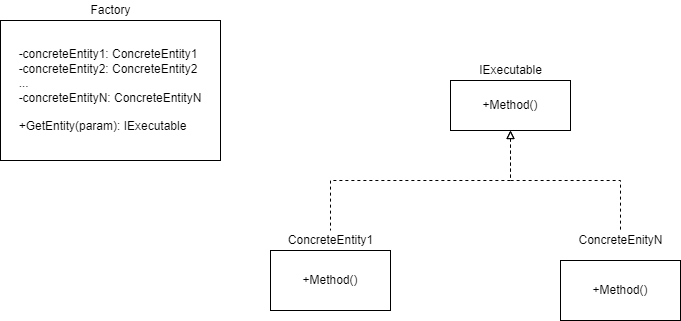
Earlier version of the draw.io export 13.Паттерны/UML/strategy.png (romankurn/Teaching). Source tidied: cells renumbered, new cells last; positions are measured from the earlier drawing's top-left corner, leaving out a move shared by most shapes. Source of this version:
```xml
<mxGraphModel>
  <root>
    <mxCell id="0" />
    <mxCell id="1" parent="0" />
    <mxCell id="2" style="edgeStyle=orthogonalEdgeStyle;rounded=0;jettySize=auto;html=1;exitX=0.5;exitY=1;exitDx=0;exitDy=0;dashed=1;endArrow=none;endFill=0;startArrow=block;startFill=0;" parent="1" edge="1" source="5" target="8">
      <mxGeometry relative="1" as="geometry" />
    </mxCell>
    <mxCell id="3" style="edgeStyle=orthogonalEdgeStyle;rounded=0;jettySize=auto;html=1;exitX=0.5;exitY=1;exitDx=0;exitDy=0;entryX=0.5;entryY=0;entryDx=0;entryDy=0;entryPerimeter=0;strokeColor=none;dashed=1;" parent="1" edge="1" source="5" target="10">
      <mxGeometry relative="1" as="geometry">
        <Array as="points">
          <mxPoint x="510" y="180" />
          <mxPoint x="620" y="180" />
        </Array>
      </mxGeometry>
    </mxCell>
    <mxCell id="4" style="edgeStyle=orthogonalEdgeStyle;rounded=0;jettySize=auto;html=1;exitX=0.5;exitY=1;exitDx=0;exitDy=0;dashed=1;startArrow=block;startFill=0;endArrow=none;endFill=0;" parent="1" edge="1" source="5" target="10">
      <mxGeometry relative="1" as="geometry" />
    </mxCell>
    <mxCell id="5" value="+Method()" style="rounded=0;whiteSpace=wrap;html=1;" parent="1" vertex="1">
      <mxGeometry x="450" y="80" width="120" height="50" as="geometry" />
    </mxCell>
    <mxCell id="6" value="IExecutable" style="text;html=1;align=center;verticalAlign=middle;fillColor=none;strokeColor=none;rounded=0;" parent="1" vertex="1">
      <mxGeometry x="470" y="60" width="80" height="20" as="geometry" />
    </mxCell>
    <mxCell id="7" value="+Method()" style="rounded=0;whiteSpace=wrap;html=1;" parent="1" vertex="1">
      <mxGeometry x="270" y="250" width="120" height="60" as="geometry" />
    </mxCell>
    <mxCell id="8" value="ConcreteEntity1" style="text;html=1;align=center;verticalAlign=middle;points=[];fillColor=none;strokeColor=none;rounded=0;" parent="1" vertex="1">
      <mxGeometry x="280" y="230" width="100" height="20" as="geometry" />
    </mxCell>
    <mxCell id="9" value="+Method()" style="rounded=0;whiteSpace=wrap;html=1;" parent="1" vertex="1">
      <mxGeometry x="560" y="260" width="120" height="60" as="geometry" />
    </mxCell>
    <mxCell id="10" value="ConcreteEnityN" style="text;html=1;align=center;verticalAlign=middle;points=[];fillColor=none;strokeColor=none;rounded=0;" parent="1" vertex="1">
      <mxGeometry x="570" y="230" width="100" height="20" as="geometry" />
    </mxCell>
    <mxCell id="11" value="&lt;div style=&quot;text-align: left&quot;&gt;&lt;span&gt;-concreteEntity1:&amp;nbsp;&lt;/span&gt;&lt;span&gt;ConcreteEntity1&lt;/span&gt;&lt;/div&gt;&lt;span&gt;&lt;div style=&quot;text-align: left&quot;&gt;&lt;/div&gt;&lt;/span&gt;&lt;span&gt;&lt;div style=&quot;text-align: left&quot;&gt;&lt;span&gt;-concreteEntity2: ConcreteEntity2&lt;/span&gt;&lt;/div&gt;&lt;div style=&quot;text-align: left&quot;&gt;...&lt;/div&gt;&lt;div style=&quot;text-align: left&quot;&gt;-concreteEntityN: ConcreteEntityN&lt;/div&gt;&lt;div style=&quot;text-align: left&quot;&gt;&lt;br&gt;&lt;/div&gt;&lt;div style=&quot;text-align: left&quot;&gt;+GetEntity(param): IExecutable&lt;/div&gt;&lt;/span&gt;" style="rounded=0;whiteSpace=wrap;html=1;" parent="1" vertex="1">
      <mxGeometry y="20" width="220" height="140" as="geometry" />
    </mxCell>
    <mxCell id="12" value="Factory" style="text;html=1;align=center;verticalAlign=middle;fillColor=none;strokeColor=none;rounded=0;" parent="1" vertex="1">
      <mxGeometry x="80" width="60" height="20" as="geometry" />
    </mxCell>
  </root>
</mxGraphModel>
```
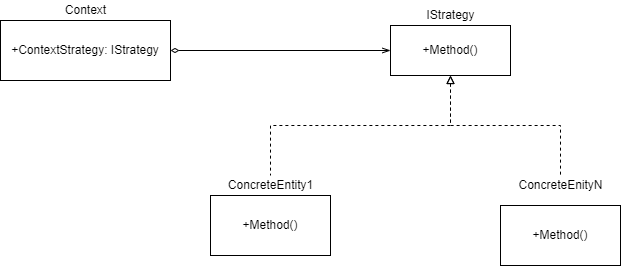
The same file after the commit.

Change to the diagram source:
```diff
@@ -19,8 +19,8 @@
     <mxCell id="5" value="+Method()" style="rounded=0;whiteSpace=wrap;html=1;" parent="1" vertex="1">
       <mxGeometry x="450" y="80" width="120" height="50" as="geometry" />
     </mxCell>
-    <mxCell id="6" value="IExecutable" style="text;html=1;align=center;verticalAlign=middle;fillColor=none;strokeColor=none;rounded=0;" parent="1" vertex="1">
-      <mxGeometry x="470" y="60" width="80" height="20" as="geometry" />
+    <mxCell id="6" value="IStrategy&lt;br&gt;" style="text;html=1;align=center;verticalAlign=middle;fillColor=none;strokeColor=none;rounded=0;" parent="1" vertex="1">
+      <mxGeometry x="480" y="60" width="60" height="20" as="geometry" />
     </mxCell>
     <mxCell id="7" value="+Method()" style="rounded=0;whiteSpace=wrap;html=1;" parent="1" vertex="1">
       <mxGeometry x="270" y="250" width="120" height="60" as="geometry" />
@@ -34,11 +34,14 @@
     <mxCell id="10" value="ConcreteEnityN" style="text;html=1;align=center;verticalAlign=middle;points=[];fillColor=none;strokeColor=none;rounded=0;" parent="1" vertex="1">
       <mxGeometry x="570" y="230" width="100" height="20" as="geometry" />
     </mxCell>
-    <mxCell id="11" value="&lt;div style=&quot;text-align: left&quot;&gt;&lt;span&gt;-concreteEntity1:&amp;nbsp;&lt;/span&gt;&lt;span&gt;ConcreteEntity1&lt;/span&gt;&lt;/div&gt;&lt;span&gt;&lt;div style=&quot;text-align: left&quot;&gt;&lt;/div&gt;&lt;/span&gt;&lt;span&gt;&lt;div style=&quot;text-align: left&quot;&gt;&lt;span&gt;-concreteEntity2: ConcreteEntity2&lt;/span&gt;&lt;/div&gt;&lt;div style=&quot;text-align: left&quot;&gt;...&lt;/div&gt;&lt;div style=&quot;text-align: left&quot;&gt;-concreteEntityN: ConcreteEntityN&lt;/div&gt;&lt;div style=&quot;text-align: left&quot;&gt;&lt;br&gt;&lt;/div&gt;&lt;div style=&quot;text-align: left&quot;&gt;+GetEntity(param): IExecutable&lt;/div&gt;&lt;/span&gt;" style="rounded=0;whiteSpace=wrap;html=1;" parent="1" vertex="1">
-      <mxGeometry y="20" width="220" height="140" as="geometry" />
-    </mxCell>
-    <mxCell id="12" value="Factory" style="text;html=1;align=center;verticalAlign=middle;fillColor=none;strokeColor=none;rounded=0;" parent="1" vertex="1">
-      <mxGeometry x="80" width="60" height="20" as="geometry" />
-    </mxCell>
+    <mxCell id="13" style="edgeStyle=orthogonalEdgeStyle;rounded=0;jettySize=auto;html=1;exitX=1;exitY=0.5;exitDx=0;exitDy=0;entryX=0;entryY=0.5;entryDx=0;entryDy=0;startArrow=diamondThin;startFill=0;endArrow=openThin;endFill=0;" parent="1" edge="1" source="14" target="5">
+      <mxGeometry relative="1" as="geometry" />
+    </mxCell>
+    <mxCell id="14" value="+ContextStrategy: IStrategy" style="rounded=0;whiteSpace=wrap;html=1;" parent="1" vertex="1">
+      <mxGeometry x="60" y="75" width="170" height="60" as="geometry" />
+    </mxCell>
+    <mxCell id="15" value="Context" style="text;html=1;align=center;verticalAlign=middle;fillColor=none;strokeColor=none;rounded=0;" parent="1" vertex="1">
+      <mxGeometry x="115" y="55" width="60" height="20" as="geometry" />
+    </mxCell>
   </root>
 </mxGraphModel>
```
